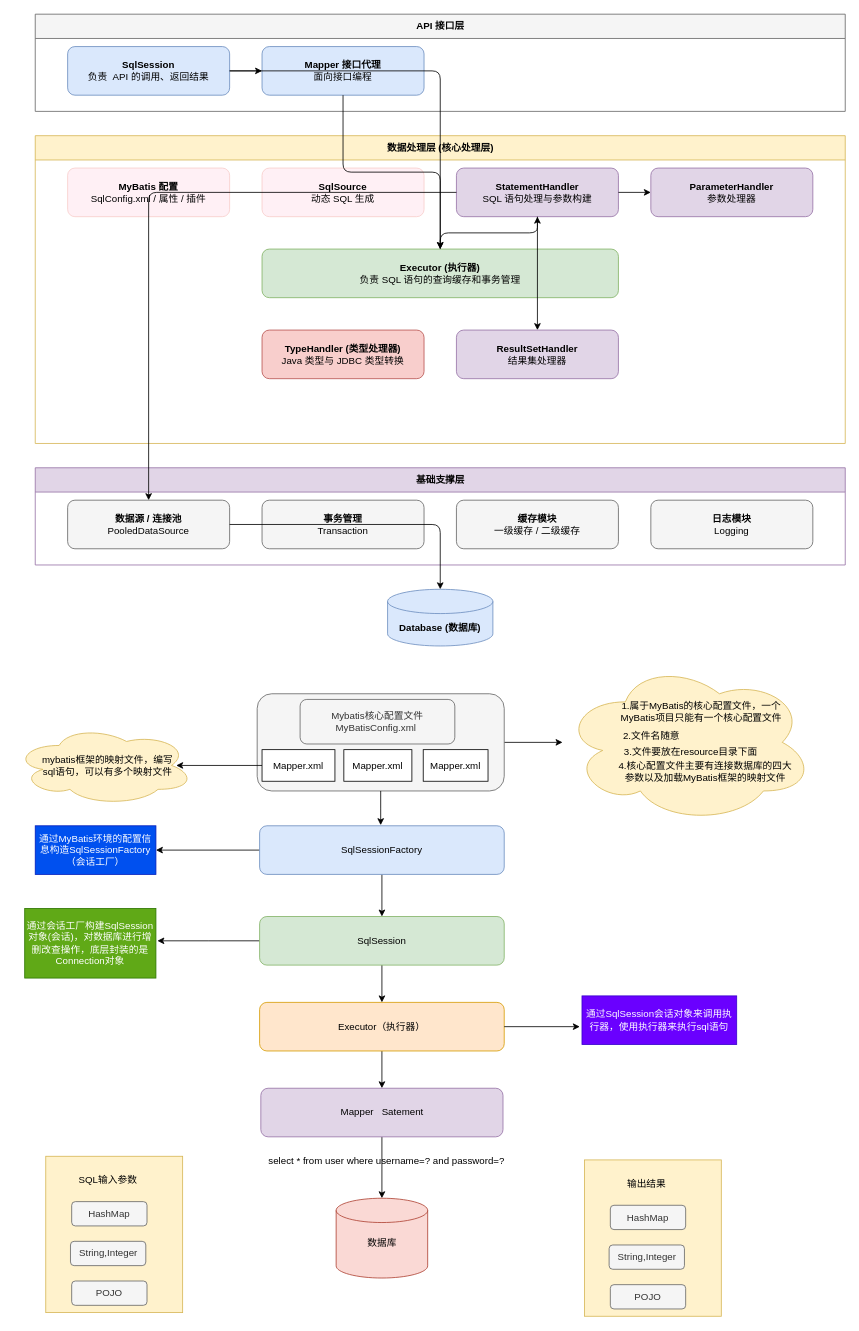
pkqzyh/pkqzyh.github.io keeps this draw.io diagram as Mybatis.drawio. Above is the earlier version. Source tidied: cells renumbered, new cells numbered last; positions are measured from the earlier drawing's top-left corner, leaving out a move shared by most shapes. Both pictures are drawn from the tidied source at 81%, with x=0, y=0 at pixel (14, 14).
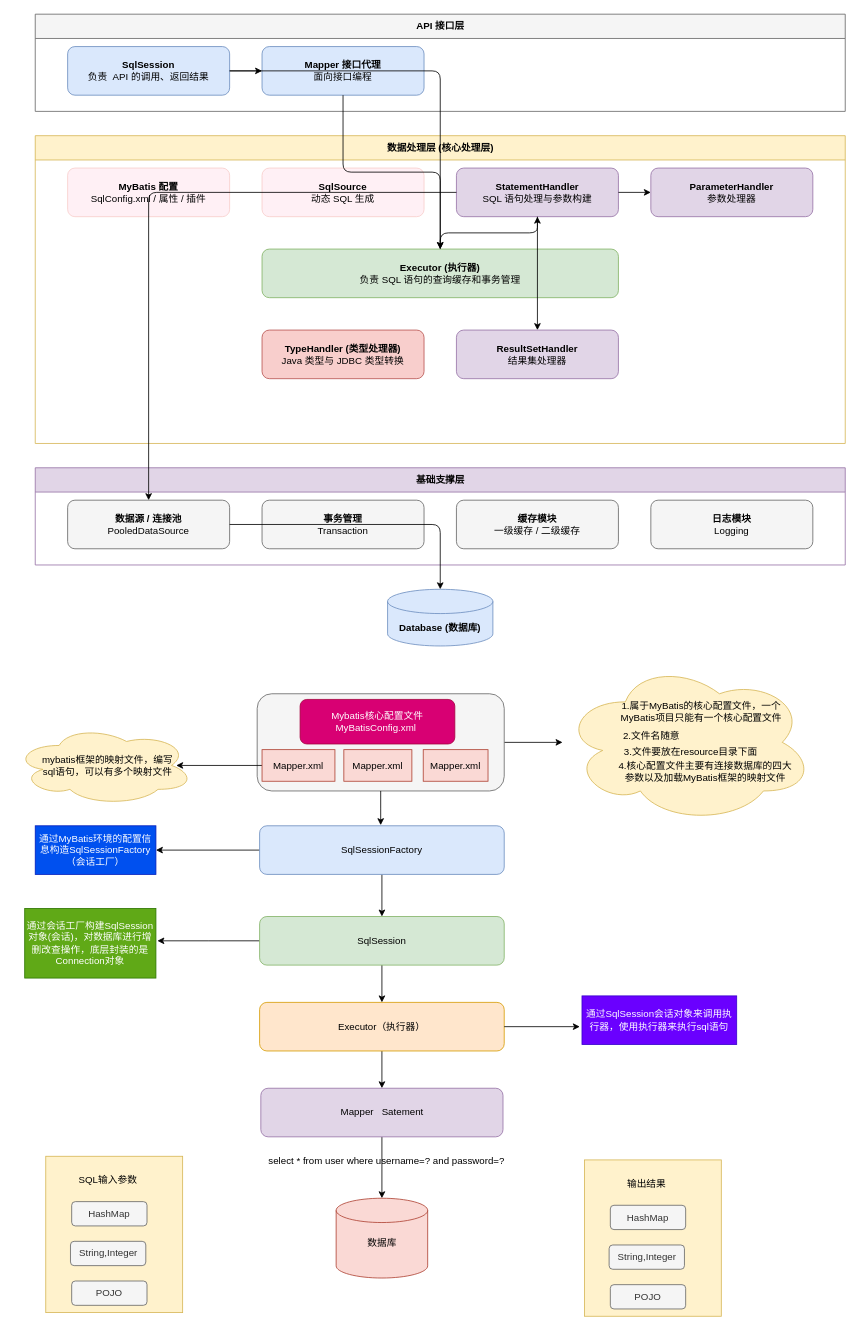
Above is the later version.

Change to the diagram source:
```diff
@@
-    <mxCell id="39" style="rounded=1;whiteSpace=wrap;html=1;fillColor=#f5f5f5;fontColor=#333333;strokeColor=#666666;" parent="1" vertex="1">
+    <mxCell id="39" style="rounded=1;whiteSpace=wrap;html=1;fillColor=#f5f5f5;strokeColor=#666666;fontColor=#333333;" parent="1" vertex="1">
       <mxGeometry x="300" y="839" width="305" height="120" as="geometry" />
     </mxCell>
-    <mxCell id="40" value="Mybatis核心配置文件&lt;div&gt;MyBatisConfig.xml&amp;nbsp;&lt;/div&gt;" style="rounded=1;whiteSpace=wrap;html=1;fillColor=#f5f5f5;fontColor=#333333;strokeColor=#666666;" parent="1" vertex="1">
+    <mxCell id="40" value="Mybatis核心配置文件&lt;div&gt;MyBatisConfig.xml&amp;nbsp;&lt;/div&gt;" style="rounded=1;whiteSpace=wrap;html=1;fillColor=#d80073;strokeColor=#A50040;fontColor=#ffffff;" parent="1" vertex="1">
       <mxGeometry x="353" y="846" width="191" height="55" as="geometry" />
     </mxCell>
@@
-    <mxCell id="42" value="Mapper.xml" style="rounded=0;whiteSpace=wrap;html=1;" parent="1" vertex="1">
+    <mxCell id="42" value="Mapper.xml" style="rounded=0;whiteSpace=wrap;html=1;fillColor=#fad9d5;strokeColor=#ae4132;" parent="1" vertex="1">
       <mxGeometry x="306" y="908" width="90" height="39" as="geometry" />
     </mxCell>
-    <mxCell id="43" value="Mapper.xml" style="rounded=0;whiteSpace=wrap;html=1;" parent="1" vertex="1">
+    <mxCell id="43" value="Mapper.xml" style="rounded=0;whiteSpace=wrap;html=1;fillColor=#fad9d5;strokeColor=#ae4132;" parent="1" vertex="1">
       <mxGeometry x="407" y="908" width="84" height="39" as="geometry" />
     </mxCell>
-    <mxCell id="44" value="Mapper.xml" style="rounded=0;whiteSpace=wrap;html=1;" parent="1" vertex="1">
+    <mxCell id="44" value="Mapper.xml" style="rounded=0;whiteSpace=wrap;html=1;fillColor=#fad9d5;strokeColor=#ae4132;" parent="1" vertex="1">
       <mxGeometry x="505" y="908" width="80" height="39" as="geometry" />
     </mxCell>
```
